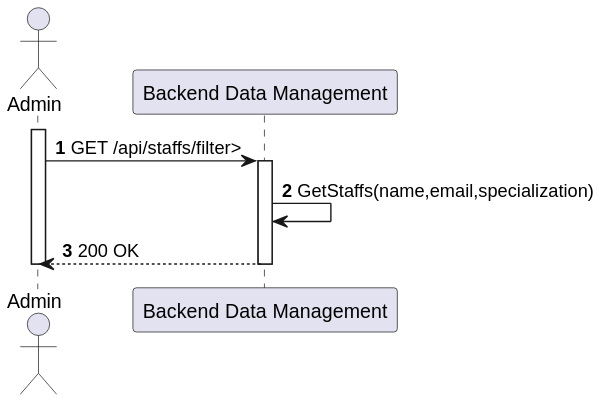
This is docs/sprint-a/us-5.1.15/views/level2/process-view.svg from 1220846/sem5pi-24-25-3ddg20, a PlantUML export, as it was before one commit. Source of this version:
```plantuml
@startuml
autonumber

actor "Admin" as ADM
participant "Backend Data Management" as BDM

activate ADM
    ADM -> BDM : GET /api/staffs/filter>
    activate BDM
        BDM -> BDM : GetStaffs(name,email,specialization)
        BDM --> ADM : 200 OK
    deactivate BDM
deactivate ADM
@enduml
```
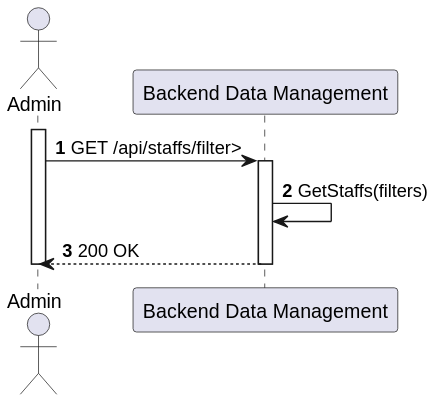
After the change.

What changed in the source:
```diff
@@ -7,7 +7,7 @@
 activate ADM
     ADM -> BDM : GET /api/staffs/filter>
     activate BDM
-        BDM -> BDM : GetStaffs(name,email,specialization)
+        BDM -> BDM : GetStaffs(filters)
         BDM --> ADM : 200 OK
     deactivate BDM
 deactivate ADM
```
